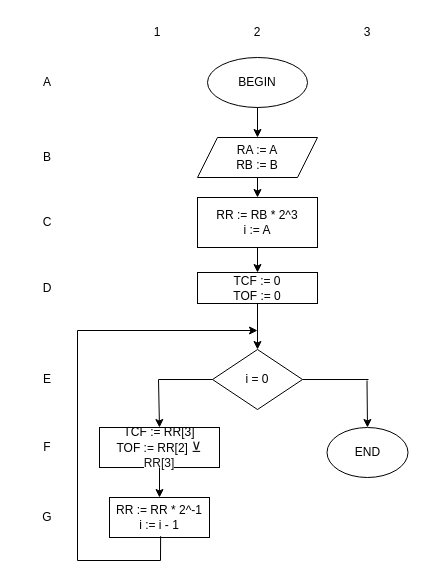
Before: sdvig.drawio in TimurQQ/Workshop, a draw.io diagram. Source tidied: cells renumbered, new cells numbered last; positions are measured from the earlier drawing's top-left corner, leaving out a move shared by most shapes. Both pictures are drawn from the tidied source at 100%, with x=0, y=0 at pixel (17, 17).
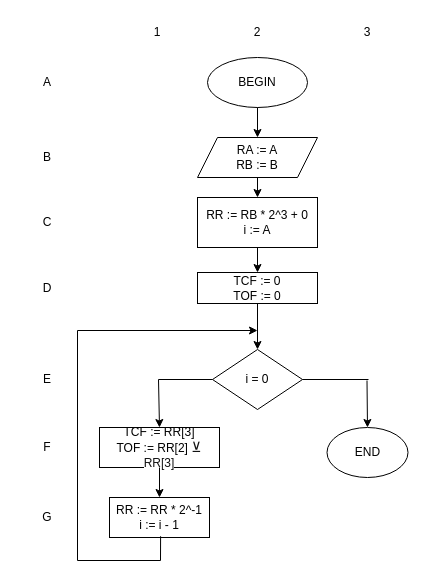
The same diagram, later.

Diff of the diagram source:
```diff
@@
-    <mxCell id="4" value="RR := RB * 2^3&lt;br&gt;i := A" style="rounded=0;whiteSpace=wrap;html=1;" parent="1" vertex="1">
+    <mxCell id="4" value="RR := RB * 2^3 + 0&lt;br&gt;i := A" style="rounded=0;whiteSpace=wrap;html=1;" parent="1" vertex="1">
       <mxGeometry x="180" y="180" width="120" height="50" as="geometry" />
     </mxCell>
```
